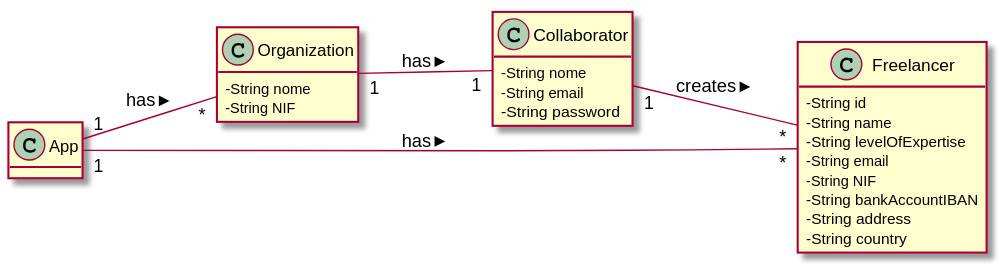
Before: docs/UC_03/MD.svg, a diagram exported from PlantUML (botelho-io/lapr2-2020-g029).
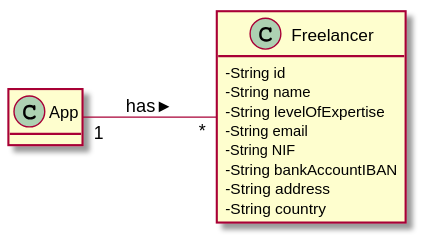
After the change.

The edit, as a diff of the source:
```diff
@@ -6,17 +6,6 @@
 
 class App {
 
-}
-
-class Organization {
-        - String nome
-        - String NIF
-}
-
-class Collaborator {
-        - String nome
-        - String email
-        - String password
 }
 
 class Freelancer {
@@ -30,9 +19,6 @@
         - String country
 }
 
-Collaborator                 "1" -- "*"      Freelancer                : creates >
-Organization                 "1" -- "1"      Collaborator              : has >
-App                          "1" -- "*"      Organization              : has >
 App                          "1" -- "*"      Freelancer                : has >
 
 @enduml
```
